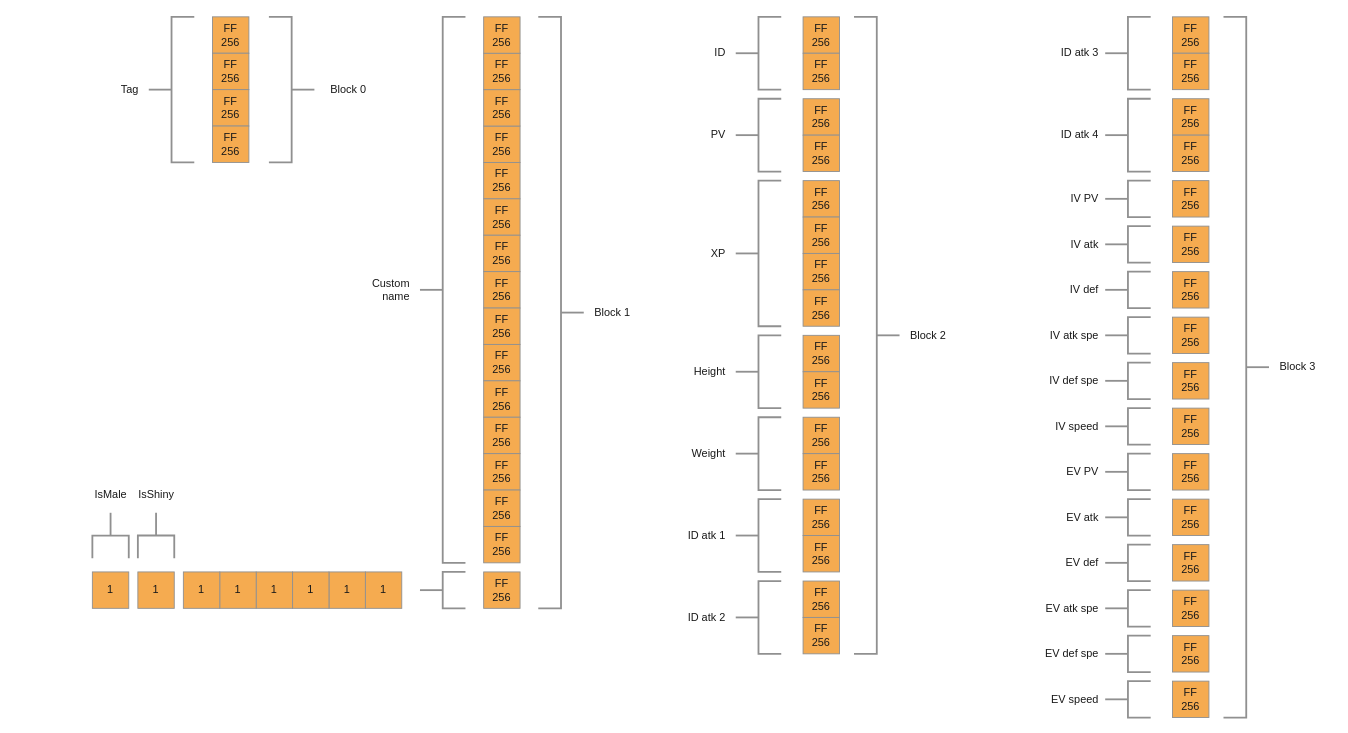
DorianDelbos/PokeLanders keeps this draw.io diagram as UML/NFC_bytes.drawio. Above is the earlier version. Source tidied: cells renumbered, new cells numbered last; positions are measured from the earlier drawing's top-left corner, leaving out a move shared by most shapes. Both pictures are drawn from the tidied source at 91%, with x=0, y=0 at pixel (83, 16).
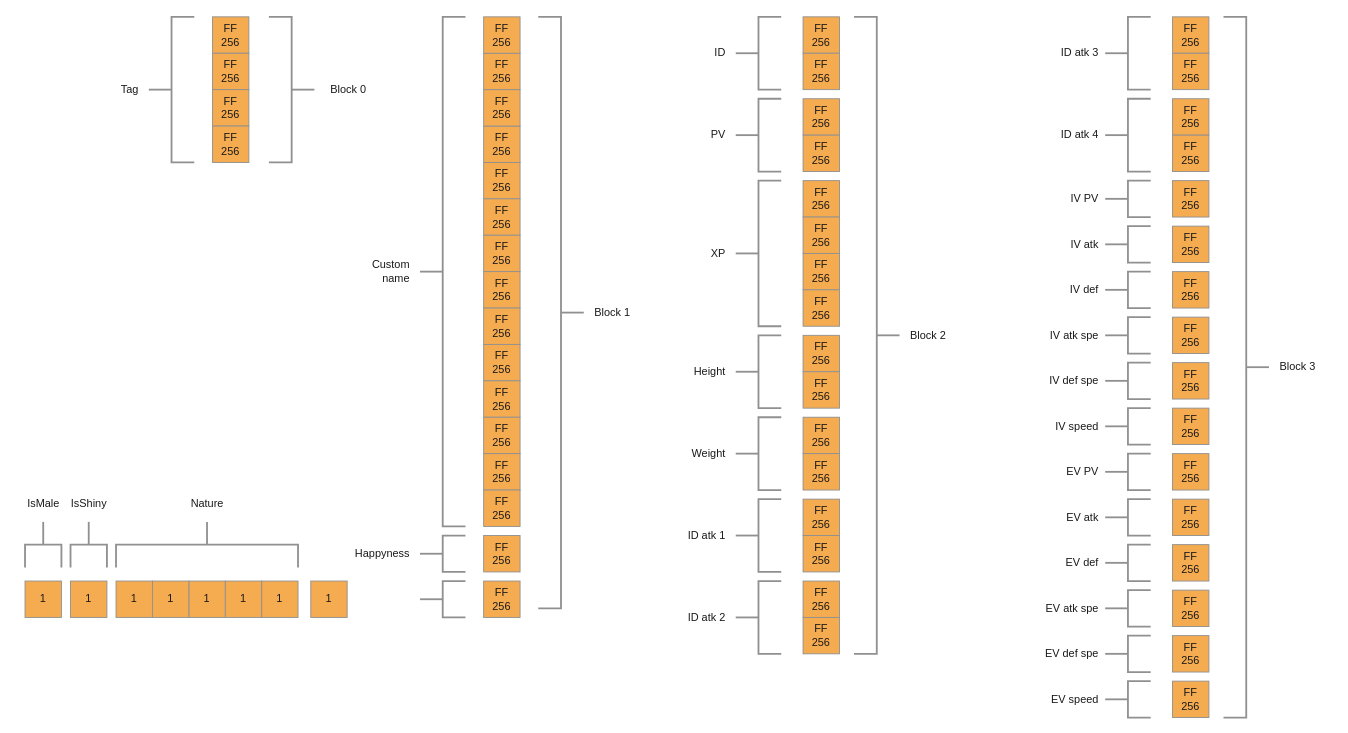
After the change.

Change to the diagram source:
```diff
@@
     <mxCell id="12" value="FF&lt;br&gt;256" style="whiteSpace=wrap;html=1;labelBackgroundColor=none;fillColor=#F5AB50;strokeColor=#909090;fontColor=#1A1A1A;" parent="1" vertex="1">
-      <mxGeometry x="440" y="560" width="40" height="40" as="geometry" />
+      <mxGeometry x="440" y="570" width="40" height="40" as="geometry" />
     </mxCell>
     <mxCell id="13" value="FF&lt;br&gt;256" style="whiteSpace=wrap;html=1;labelBackgroundColor=none;fillColor=#F5AB50;strokeColor=#909090;fontColor=#1A1A1A;" parent="1" vertex="1">
-      <mxGeometry x="440" y="610" width="40" height="40" as="geometry" />
+      <mxGeometry x="440" y="620" width="40" height="40" as="geometry" />
     </mxCell>
     <mxCell id="14" style="strokeWidth=2;html=1;shape=mxgraph.flowchart.annotation_2;align=left;labelPosition=right;labelBackgroundColor=none;fillColor=#F5AB50;strokeColor=#909090;fontColor=#1A1A1A;" parent="1" vertex="1">
-      <mxGeometry x="370" width="50" height="600" as="geometry" />
+      <mxGeometry x="370" width="50" height="560" as="geometry" />
     </mxCell>
     <mxCell id="15" value="Custom&lt;br&gt;name" style="text;html=1;align=right;verticalAlign=middle;strokeColor=none;fillColor=none;labelBackgroundColor=none;fontColor=#1A1A1A;" parent="1" vertex="1">
-      <mxGeometry x="300" y="280" width="60" height="40" as="geometry" />
+      <mxGeometry x="300" y="260" width="60" height="40" as="geometry" />
     </mxCell>
@@
     <mxCell id="96" style="strokeWidth=2;html=1;shape=mxgraph.flowchart.annotation_2;align=left;labelPosition=right;labelBackgroundColor=none;fillColor=#F5AB50;strokeColor=#909090;fontColor=#1A1A1A;" parent="1" vertex="1">
-      <mxGeometry x="370" y="610" width="50" height="40" as="geometry" />
+      <mxGeometry x="370" y="620" width="50" height="40" as="geometry" />
     </mxCell>
     <mxCell id="97" value="1" style="whiteSpace=wrap;html=1;labelBackgroundColor=none;fillColor=#F5AB50;strokeColor=#909090;fontColor=#1A1A1A;" parent="1" vertex="1">
-      <mxGeometry x="310" y="610" width="40" height="40" as="geometry" />
+      <mxGeometry x="250" y="620" width="40" height="40" as="geometry" />
     </mxCell>
     <mxCell id="98" value="1" style="whiteSpace=wrap;html=1;labelBackgroundColor=none;fillColor=#F5AB50;strokeColor=#909090;fontColor=#1A1A1A;" parent="1" vertex="1">
-      <mxGeometry x="270" y="610" width="40" height="40" as="geometry" />
+      <mxGeometry x="196" y="620" width="40" height="40" as="geometry" />
     </mxCell>
     <mxCell id="99" value="1" style="whiteSpace=wrap;html=1;labelBackgroundColor=none;fillColor=#F5AB50;strokeColor=#909090;fontColor=#1A1A1A;" parent="1" vertex="1">
-      <mxGeometry x="230" y="610" width="40" height="40" as="geometry" />
+      <mxGeometry x="156" y="620" width="40" height="40" as="geometry" />
     </mxCell>
     <mxCell id="100" value="1" style="whiteSpace=wrap;html=1;labelBackgroundColor=none;fillColor=#F5AB50;strokeColor=#909090;fontColor=#1A1A1A;" parent="1" vertex="1">
-      <mxGeometry x="190" y="610" width="40" height="40" as="geometry" />
+      <mxGeometry x="116" y="620" width="40" height="40" as="geometry" />
     </mxCell>
     <mxCell id="101" value="1" style="whiteSpace=wrap;html=1;labelBackgroundColor=none;fillColor=#F5AB50;strokeColor=#909090;fontColor=#1A1A1A;" parent="1" vertex="1">
-      <mxGeometry x="150" y="610" width="40" height="40" as="geometry" />
+      <mxGeometry x="76" y="620" width="40" height="40" as="geometry" />
     </mxCell>
     <mxCell id="102" value="1" style="whiteSpace=wrap;html=1;labelBackgroundColor=none;fillColor=#F5AB50;strokeColor=#909090;fontColor=#1A1A1A;" parent="1" vertex="1">
-      <mxGeometry x="110" y="610" width="40" height="40" as="geometry" />
+      <mxGeometry x="36" y="620" width="40" height="40" as="geometry" />
     </mxCell>
     <mxCell id="103" value="1" style="whiteSpace=wrap;html=1;labelBackgroundColor=none;fillColor=#F5AB50;strokeColor=#909090;fontColor=#1A1A1A;" parent="1" vertex="1">
-      <mxGeometry x="60" y="610" width="40" height="40" as="geometry" />
+      <mxGeometry x="-14" y="620" width="40" height="40" as="geometry" />
     </mxCell>
     <mxCell id="104" value="1" style="whiteSpace=wrap;html=1;labelBackgroundColor=none;fillColor=#F5AB50;strokeColor=#909090;fontColor=#1A1A1A;" parent="1" vertex="1">
-      <mxGeometry x="10" y="610" width="40" height="40" as="geometry" />
+      <mxGeometry x="-64" y="620" width="40" height="40" as="geometry" />
     </mxCell>
     <mxCell id="105" style="strokeWidth=2;html=1;shape=mxgraph.flowchart.annotation_2;align=left;labelPosition=right;labelBackgroundColor=none;fillColor=#F5AB50;strokeColor=#909090;fontColor=#1A1A1A;rotation=90;" parent="1" vertex="1">
-      <mxGeometry x="5" y="550" width="50" height="40" as="geometry" />
+      <mxGeometry x="-69" y="560" width="50" height="40" as="geometry" />
     </mxCell>
     <mxCell id="106" style="strokeWidth=2;html=1;shape=mxgraph.flowchart.annotation_2;align=left;labelPosition=right;labelBackgroundColor=none;fillColor=#F5AB50;strokeColor=#909090;fontColor=#1A1A1A;rotation=90;" parent="1" vertex="1">
-      <mxGeometry x="55" y="550" width="50" height="40" as="geometry" />
+      <mxGeometry x="-19" y="560" width="50" height="40" as="geometry" />
     </mxCell>
     <mxCell id="107" value="IsMale" style="text;html=1;align=center;verticalAlign=middle;strokeColor=none;fillColor=none;labelBackgroundColor=none;fontColor=#1A1A1A;" parent="1" vertex="1">
-      <mxGeometry y="510" width="60" height="30" as="geometry" />
+      <mxGeometry x="-74" y="520" width="60" height="30" as="geometry" />
     </mxCell>
     <mxCell id="108" value="IsShiny" style="text;html=1;align=center;verticalAlign=middle;strokeColor=none;fillColor=none;labelBackgroundColor=none;fontColor=#1A1A1A;" parent="1" vertex="1">
-      <mxGeometry x="50" y="510" width="60" height="30" as="geometry" />
+      <mxGeometry x="-24" y="520" width="60" height="30" as="geometry" />
     </mxCell>
@@
+    <mxCell id="121" style="strokeWidth=2;html=1;shape=mxgraph.flowchart.annotation_2;align=left;labelPosition=right;labelBackgroundColor=none;fillColor=#F5AB50;strokeColor=#909090;fontColor=#1A1A1A;" parent="1" vertex="1">
+      <mxGeometry x="370" y="570" width="50" height="40" as="geometry" />
+    </mxCell>
+    <mxCell id="122" value="Happyness" style="text;html=1;align=right;verticalAlign=middle;strokeColor=none;fillColor=none;labelBackgroundColor=none;fontColor=#1A1A1A;" parent="1" vertex="1">
+      <mxGeometry x="280" y="575" width="80" height="30" as="geometry" />
+    </mxCell>
+    <mxCell id="123" style="strokeWidth=2;html=1;shape=mxgraph.flowchart.annotation_2;align=left;labelPosition=right;labelBackgroundColor=none;fillColor=#F5AB50;strokeColor=#909090;fontColor=#1A1A1A;rotation=90;" parent="1" vertex="1">
+      <mxGeometry x="111" y="480" width="50" height="200" as="geometry" />
+    </mxCell>
+    <mxCell id="124" value="Nature" style="text;html=1;align=center;verticalAlign=middle;strokeColor=none;fillColor=none;labelBackgroundColor=none;fontColor=#1A1A1A;" parent="1" vertex="1">
+      <mxGeometry x="106" y="520" width="60" height="30" as="geometry" />
+    </mxCell>
```
